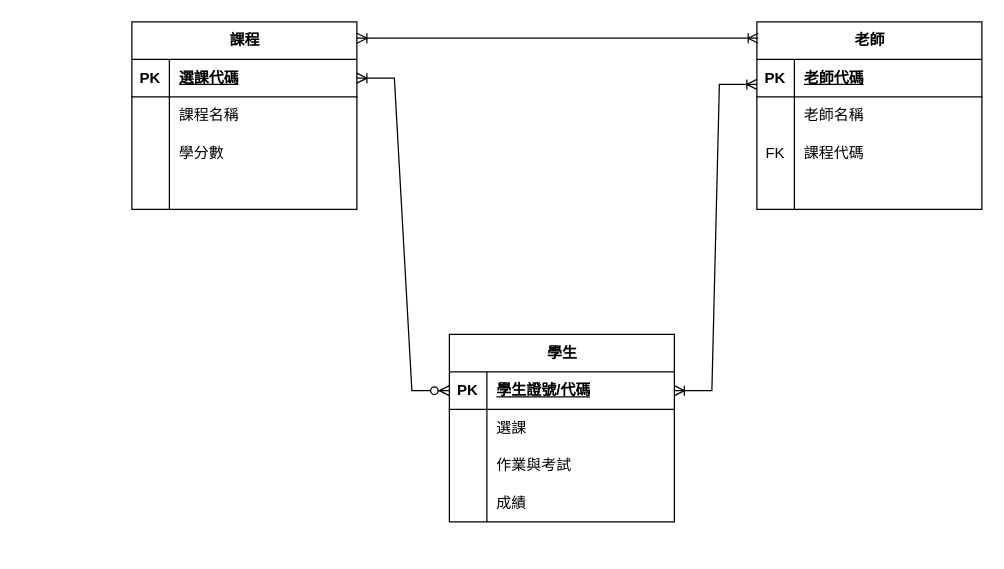
Above: 課程練習_1017.drawio in KYCamille/Guessing-Number (draw.io), before the change. Source tidied: cells renumbered, new cells numbered last; positions are measured from the earlier drawing's top-left corner, leaving out a move shared by most shapes. Both pictures are drawn from the tidied source at 125%, with x=0, y=0 at pixel (131, 21).
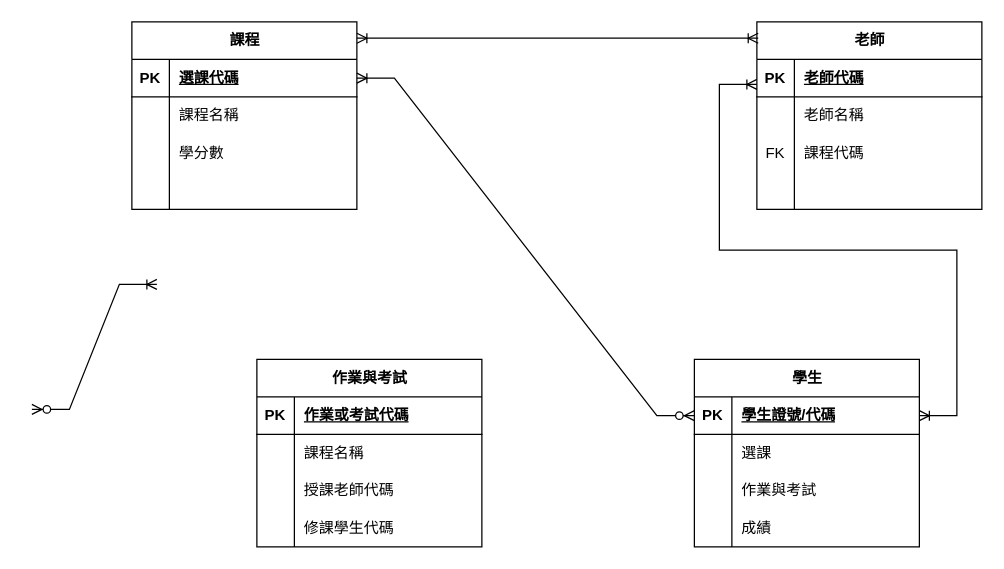
The same page after the edit.

Commit message:
更新1756 課程練習_1017.drawio

The edit, as a diff of the source:
```diff
@@
     <mxCell id="28" value="學生" style="shape=table;startSize=30;childLayout=tableLayout;rowLines=0;fontStyle=1;align=center;html=1;" parent="1" vertex="1">
-      <mxGeometry x="254" y="250" width="180" height="150" as="geometry" />
+      <mxGeometry x="450" y="270" width="180" height="150" as="geometry" />
     </mxCell>
@@
+    <mxCell id="44" value="作業與考試" style="shape=table;startSize=30;childLayout=tableLayout;rowLines=0;fontStyle=1;align=center;html=1;" parent="1" vertex="1">
+      <mxGeometry x="100" y="270" width="180" height="150" as="geometry" />
+    </mxCell>
+    <mxCell id="45" style="shape=tableRow;horizontal=0;startSize=0;swimlaneHead=0;swimlaneBody=0;fillColor=none;top=0;left=0;right=0;bottom=1;" parent="44" vertex="1">
+      <mxGeometry y="30" width="180" height="30" as="geometry" />
+    </mxCell>
+    <mxCell id="46" value="PK" style="shape=partialRectangle;fillColor=none;top=0;left=0;bottom=0;right=0;fontStyle=1;overflow=hidden;whiteSpace=wrap;html=1;" parent="45" vertex="1">
+      <mxGeometry width="30" height="30" as="geometry" />
+    </mxCell>
+    <mxCell id="47" value="作業或考試代碼" style="shape=partialRectangle;fillColor=none;top=0;left=0;bottom=0;right=0;align=left;spacingLeft=6;fontStyle=5;overflow=hidden;whiteSpace=wrap;html=1;" parent="45" vertex="1">
+      <mxGeometry x="30" width="150" height="30" as="geometry" />
+    </mxCell>
+    <mxCell id="48" style="shape=tableRow;horizontal=0;startSize=0;swimlaneHead=0;swimlaneBody=0;fillColor=none;top=0;left=0;right=0;bottom=0;" parent="44" vertex="1">
+      <mxGeometry y="60" width="180" height="30" as="geometry" />
+    </mxCell>
+    <mxCell id="49" style="shape=partialRectangle;fillColor=none;top=0;left=0;bottom=0;right=0;overflow=hidden;whiteSpace=wrap;html=1;" parent="48" vertex="1">
+      <mxGeometry width="30" height="30" as="geometry" />
+    </mxCell>
+    <mxCell id="50" value="課程名稱" style="shape=partialRectangle;fillColor=none;top=0;left=0;bottom=0;right=0;align=left;spacingLeft=6;overflow=hidden;whiteSpace=wrap;html=1;" parent="48" vertex="1">
+      <mxGeometry x="30" width="150" height="30" as="geometry" />
+    </mxCell>
+    <mxCell id="51" style="shape=tableRow;horizontal=0;startSize=0;swimlaneHead=0;swimlaneBody=0;fillColor=none;top=0;left=0;right=0;bottom=0;" parent="44" vertex="1">
+      <mxGeometry y="90" width="180" height="30" as="geometry" />
+    </mxCell>
+    <mxCell id="52" style="shape=partialRectangle;fillColor=none;top=0;left=0;bottom=0;right=0;overflow=hidden;whiteSpace=wrap;html=1;" parent="51" vertex="1">
+      <mxGeometry width="30" height="30" as="geometry" />
+    </mxCell>
+    <mxCell id="53" value="授課老師代碼" style="shape=partialRectangle;fillColor=none;top=0;left=0;bottom=0;right=0;align=left;spacingLeft=6;overflow=hidden;whiteSpace=wrap;html=1;" parent="51" vertex="1">
+      <mxGeometry x="30" width="150" height="30" as="geometry" />
+    </mxCell>
+    <mxCell id="54" style="shape=tableRow;horizontal=0;startSize=0;swimlaneHead=0;swimlaneBody=0;fillColor=none;top=0;left=0;right=0;bottom=0;" parent="44" vertex="1">
+      <mxGeometry y="120" width="180" height="30" as="geometry" />
+    </mxCell>
+    <mxCell id="55" style="shape=partialRectangle;fillColor=none;top=0;left=0;bottom=0;right=0;overflow=hidden;whiteSpace=wrap;html=1;" parent="54" vertex="1">
+      <mxGeometry width="30" height="30" as="geometry" />
+    </mxCell>
+    <mxCell id="56" value="修課學生代碼" style="shape=partialRectangle;fillColor=none;top=0;left=0;bottom=0;right=0;align=left;spacingLeft=6;overflow=hidden;whiteSpace=wrap;html=1;" parent="54" vertex="1">
+      <mxGeometry x="30" width="150" height="30" as="geometry" />
+    </mxCell>
+    <mxCell id="57" style="edgeStyle=entityRelationEdgeStyle;fontSize=12;html=1;endArrow=ERoneToMany;startArrow=ERzeroToMany;rounded=0;" parent="1" edge="1">
+      <mxGeometry relative="1" as="geometry">
+        <mxPoint x="-80" y="310" as="sourcePoint" />
+        <mxPoint x="20" y="210" as="targetPoint" />
+      </mxGeometry>
+    </mxCell>
```
